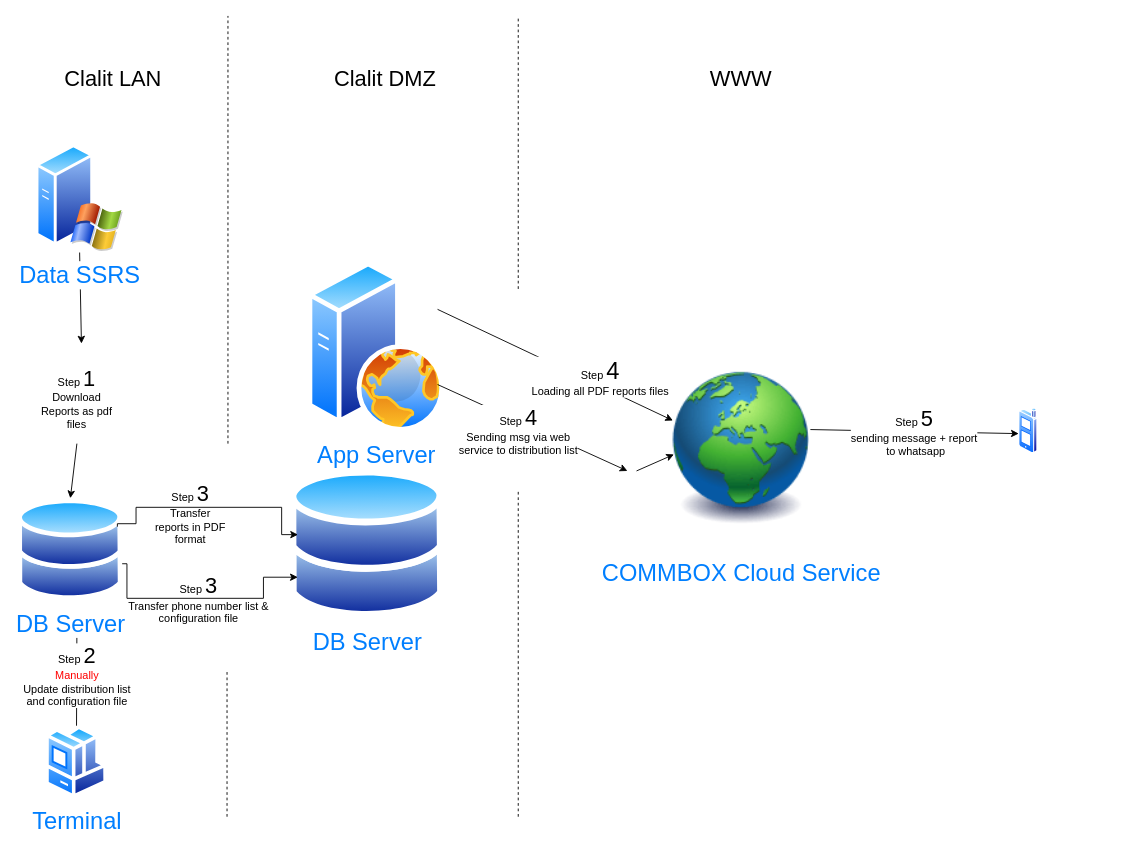
itaybaran/drawing keeps this draw.io diagram as send_report_via_whatsapp.drawio. Above is the earlier version. Source tidied: cells renumbered, new cells numbered last; positions are measured from the earlier drawing's top-left corner, leaving out a move shared by most shapes. Both pictures are drawn from the tidied source at 91%, with x=0, y=0 at pixel (17, 15).
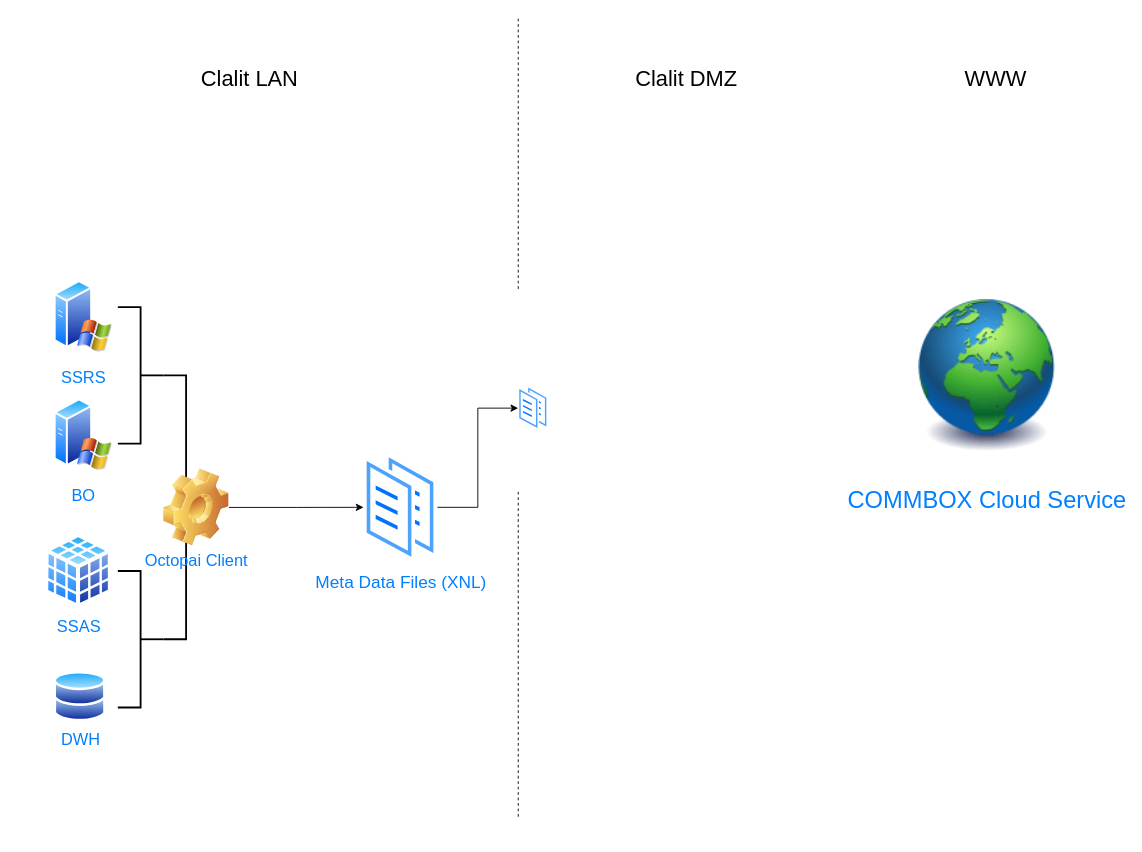
After the change.

The edit, as a diff of the source:
```diff
@@
-    <mxCell id="2" style="endArrow=none;dashed=1;html=1;" parent="1" edge="1">
-      <mxGeometry relative="1" as="geometry">
-        <mxPoint x="230" y="880" as="sourcePoint" />
-        <mxPoint x="230" y="720" as="targetPoint" />
-      </mxGeometry>
-    </mxCell>
-    <mxCell id="3" style="endArrow=classic;html=1;fontSize=26;exitX=0.5;exitY=1;exitDx=0;exitDy=0;" parent="1" edge="1" source="6">
-      <mxGeometry relative="1" as="geometry">
-        <mxPoint x="70" y="360" as="targetPoint" />
-      </mxGeometry>
-    </mxCell>
-    <mxCell id="4" style="endArrow=none;dashed=1;html=1;" parent="1" edge="1">
-      <mxGeometry relative="1" as="geometry">
-        <mxPoint x="231" y="470" as="sourcePoint" />
-        <mxPoint x="231" as="targetPoint" />
-      </mxGeometry>
-    </mxCell>
     <mxCell id="5" value="&lt;font style=&quot;font-size: 24px&quot;&gt;Clalit LAN&lt;/font&gt;" style="text;html=1;strokeColor=none;fillColor=none;align=center;verticalAlign=middle;whiteSpace=wrap;rounded=0;" parent="1" vertex="1">
-      <mxGeometry x="40" y="60" width="130" height="20" as="geometry" />
+      <mxGeometry x="190" y="60" width="130" height="20" as="geometry" />
     </mxCell>
-    <mxCell id="6" value="Data SSRS" style="perimeter=ellipsePerimeter;html=1;align=center;shadow=0;dashed=0;spacingTop=3;image;image=img/lib/active_directory/windows_server_2.svg;strokeWidth=2;fontSize=26;fontColor=#007FFF;" parent="1" vertex="1">
-      <mxGeometry x="20" y="140" width="96" height="120" as="geometry" />
+    <mxCell id="6" value="&lt;font style=&quot;font-size: 18px;&quot;&gt;SSRS&lt;/font&gt;" style="perimeter=ellipsePerimeter;html=1;align=center;shadow=0;dashed=0;spacingTop=3;image;image=img/lib/active_directory/windows_server_2.svg;strokeWidth=2;fontSize=26;fontColor=#007FFF;" parent="1" vertex="1">
+      <mxGeometry x="40" y="290" width="64" height="80" as="geometry" />
     </mxCell>
-    <mxCell id="7" value="Step &lt;font style=&quot;font-size: 24px&quot;&gt;1&lt;/font&gt;&lt;br&gt;Download Reports as pdf files" style="text;html=1;strokeColor=none;fillColor=none;align=center;verticalAlign=middle;whiteSpace=wrap;rounded=0;" parent="1" vertex="1">
-      <mxGeometry x="14.6" y="410" width="100" height="20" as="geometry" />
-    </mxCell>
-    <mxCell id="8" value="App Server" style="perimeter=ellipsePerimeter;html=1;align=center;shadow=0;dashed=0;spacingTop=3;image;image=img/lib/active_directory/web_server.svg;strokeWidth=1;fontSize=26;fontColor=#007FFF;" parent="1" vertex="1">
-      <mxGeometry x="319" y="270" width="150" height="187.5" as="geometry" />
-    </mxCell>
-    <mxCell id="9" style="endArrow=classic;html=1;fontSize=26;entryX=0.5;entryY=0;entryDx=0;entryDy=0;" parent="1" edge="1" target="26">
-      <mxGeometry relative="1" as="geometry">
-        <mxPoint x="65" y="470" as="sourcePoint" />
-      </mxGeometry>
-    </mxCell>
-    <mxCell id="10" style="endArrow=classic;html=1;fontSize=12;entryX=0;entryY=0.368;entryDx=0;entryDy=0;entryPerimeter=0;exitX=1;exitY=0.25;exitDx=0;exitDy=0;" parent="1" edge="1" source="8" target="14">
-      <mxGeometry relative="1" as="geometry" />
-    </mxCell>
-    <mxCell id="11" value="Step &lt;span style=&quot;font-size: 26px&quot;&gt;4&lt;/span&gt;&lt;br&gt;Loading all PDF reports files" style="edgeLabel;html=1;align=center;verticalAlign=middle;fontSize=12;" parent="10" vertex="1">
-      <mxGeometry x="-0.3" y="-2" relative="1" as="geometry">
-        <mxPoint x="88.6" y="29.3" as="offset" />
-      </mxGeometry>
-    </mxCell>
-    <mxCell id="12" style="endArrow=classic;html=1;fontSize=12;exitX=1;exitY=0.75;exitDx=0;exitDy=0;" parent="1" edge="1" source="8">
-      <mxGeometry relative="1" as="geometry">
-        <mxPoint x="670" y="500" as="targetPoint" />
-      </mxGeometry>
-    </mxCell>
-    <mxCell id="13" value="Step &lt;span style=&quot;font-size: 24px&quot;&gt;4&lt;/span&gt;&lt;br&gt;Sending msg via web &lt;br&gt;service to distribution list" style="edgeLabel;html=1;align=center;verticalAlign=middle;fontSize=12;" parent="12" vertex="1">
-      <mxGeometry x="0.17" y="-1" relative="1" as="geometry">
-        <mxPoint x="-32.9" y="-5.5" as="offset" />
-      </mxGeometry>
-    </mxCell>
     <mxCell id="14" value="&lt;font style=&quot;font-size: 26px&quot;&gt;COMMBOX Cloud Service&lt;/font&gt;" style="image;html=1;image=img/lib/clip_art/general/Earth_globe_128x128.png;strokeWidth=2;fontSize=12;fontColor=#007FFF;" parent="1" vertex="1">
-      <mxGeometry x="720" y="360" width="150" height="230" as="geometry" />
+      <mxGeometry x="990" y="280" width="150" height="230" as="geometry" />
     </mxCell>
-    <mxCell id="15" value="Step &lt;span style=&quot;font-size: 24px&quot;&gt;5&lt;/span&gt;&lt;font&gt;&lt;br&gt;sending message + report&lt;br&gt;&amp;nbsp;to whatsapp&lt;br&gt;&lt;/font&gt;" style="endArrow=classic;html=1;fontSize=12;exitX=1.007;exitY=0.411;exitDx=0;exitDy=0;exitPerimeter=0;entryX=0;entryY=0.56;entryDx=0;entryDy=0;entryPerimeter=0;" parent="1" edge="1" source="14" target="16">
-      <mxGeometry relative="1" as="geometry" />
-    </mxCell>
-    <mxCell id="16" style="perimeter=ellipsePerimeter;html=1;align=center;shadow=0;dashed=0;spacingTop=3;image;image=img/lib/active_directory/cell_phone.svg;strokeWidth=2;fontSize=12;" parent="1" vertex="1">
-      <mxGeometry x="1100" y="431" width="21" height="50" as="geometry" />
-    </mxCell>
-    <mxCell id="17" value="Step &lt;span style=&quot;font-size: 24px&quot;&gt;3&lt;/span&gt;&lt;br&gt;Transfer reports in PDF format" style="text;html=1;strokeColor=none;fillColor=none;align=center;verticalAlign=middle;whiteSpace=wrap;rounded=0;fontSize=12;" parent="1" vertex="1">
-      <mxGeometry x="150" y="537" width="80" height="20" as="geometry" />
-    </mxCell>
-    <mxCell id="18" value="&lt;font style=&quot;font-size: 26px&quot;&gt;Terminal&lt;/font&gt;" style="perimeter=ellipsePerimeter;html=1;align=center;shadow=0;dashed=0;spacingTop=3;image;image=img/lib/active_directory/workstation_client.svg;strokeWidth=1;fontSize=12;fontColor=#007FFF;" parent="1" vertex="1">
-      <mxGeometry x="30.6" y="780" width="68" height="80" as="geometry" />
-    </mxCell>
-    <mxCell id="19" value="Step &lt;font style=&quot;font-size: 24px&quot;&gt;2&lt;/font&gt;&lt;br&gt;&lt;font color=&quot;#ff0000&quot;&gt;Manually&lt;/font&gt;&lt;br&gt;Update distribution list &lt;br&gt;and configuration file" style="endArrow=classic;html=1;fontSize=12;exitX=0.5;exitY=0;exitDx=0;exitDy=0;" parent="1" edge="1" source="18">
-      <mxGeometry relative="1" as="geometry">
-        <mxPoint x="65" y="670" as="targetPoint" />
-      </mxGeometry>
-    </mxCell>
     <mxCell id="20" value="&lt;font style=&quot;font-size: 24px&quot;&gt;Clalit DMZ&lt;/font&gt;" style="text;html=1;strokeColor=none;fillColor=none;align=center;verticalAlign=middle;whiteSpace=wrap;rounded=0;" parent="1" vertex="1">
-      <mxGeometry x="339" y="60" width="130" height="20" as="geometry" />
+      <mxGeometry x="670" y="60" width="130" height="20" as="geometry" />
     </mxCell>
@@
-    <mxCell id="22" value="DB Server" style="perimeter=ellipsePerimeter;html=1;align=center;shadow=0;dashed=0;spacingTop=3;image;image=img/lib/active_directory/databases.svg;strokeWidth=2;fontSize=26;fontColor=#007FFF;" parent="1" vertex="1">
-      <mxGeometry x="299" y="496.7" width="170" height="166.6" as="geometry" />
-    </mxCell>
@@
-    <mxCell id="24" value="Step &lt;span style=&quot;font-size: 24px&quot;&gt;3&lt;/span&gt;&lt;br&gt;Transfer phone number list &amp;amp; configuration file" style="text;html=1;strokeColor=none;fillColor=none;align=center;verticalAlign=middle;whiteSpace=wrap;rounded=0;fontSize=12;" parent="1" vertex="1">
-      <mxGeometry x="119" y="631.3" width="160" height="20" as="geometry" />
-    </mxCell>
-    <mxCell id="25" style="edgeStyle=orthogonalEdgeStyle;rounded=0;jettySize=auto;html=1;exitX=1;exitY=0.75;exitDx=0;exitDy=0;entryX=0;entryY=0.75;entryDx=0;entryDy=0;" parent="1" edge="1" source="26" target="22">
-      <mxGeometry relative="1" as="geometry">
-        <Array as="points">
-          <mxPoint x="120" y="602" />
-          <mxPoint x="120" y="640" />
-          <mxPoint x="270" y="640" />
-          <mxPoint x="270" y="617" />
-        </Array>
-      </mxGeometry>
-    </mxCell>
-    <mxCell id="26" value="DB Server" style="perimeter=ellipsePerimeter;html=1;align=center;shadow=0;dashed=0;spacingTop=3;image;image=img/lib/active_directory/databases.svg;strokeWidth=2;fontSize=26;fontColor=#007FFF;" parent="1" vertex="1">
-      <mxGeometry y="530" width="115.6" height="113.3" as="geometry" />
-    </mxCell>
-    <mxCell id="27" style="edgeStyle=orthogonalEdgeStyle;rounded=0;jettySize=auto;html=1;exitX=1;exitY=0.25;exitDx=0;exitDy=0;" parent="1" edge="1" source="26">
-      <mxGeometry relative="1" as="geometry">
-        <mxPoint x="308" y="570" as="targetPoint" />
-        <Array as="points">
-          <mxPoint x="130" y="558" />
-          <mxPoint x="130" y="540" />
-          <mxPoint x="290" y="540" />
-          <mxPoint x="290" y="570" />
-        </Array>
-      </mxGeometry>
-    </mxCell>
-    <mxCell id="28" style="endArrow=classic;html=1;entryX=0.007;entryY=0.53;entryDx=0;entryDy=0;entryPerimeter=0;" parent="1" edge="1" target="14">
-      <mxGeometry relative="1" as="geometry">
-        <mxPoint x="680" y="500" as="sourcePoint" />
-      </mxGeometry>
-    </mxCell>
     <mxCell id="29" value="&lt;font style=&quot;font-size: 24px&quot;&gt;WWW&lt;/font&gt;" style="text;html=1;strokeColor=none;fillColor=none;align=center;verticalAlign=middle;whiteSpace=wrap;rounded=0;" parent="1" vertex="1">
-      <mxGeometry x="730" y="60" width="130" height="20" as="geometry" />
+      <mxGeometry x="1010" y="60" width="130" height="20" as="geometry" />
     </mxCell>
+    <mxCell id="30" style="perimeter=ellipsePerimeter;html=1;align=center;shadow=0;dashed=0;spacingTop=3;image;image=img/lib/active_directory/documents.svg;" parent="1" vertex="1">
+      <mxGeometry x="550" y="406" width="33" height="50" as="geometry" />
+    </mxCell>
+    <mxCell id="31" style="edgeStyle=orthogonalEdgeStyle;rounded=0;jettySize=auto;html=1;entryX=0;entryY=0.5;entryDx=0;entryDy=0;fontSize=18;" parent="1" edge="1" source="32" target="30">
+      <mxGeometry relative="1" as="geometry" />
+    </mxCell>
+    <mxCell id="32" value="&lt;font color=&quot;#007fff&quot; style=&quot;font-size: 19px;&quot;&gt;Meta Data Files (XNL)&lt;/font&gt;" style="perimeter=ellipsePerimeter;html=1;align=center;shadow=0;dashed=0;spacingTop=3;image;image=img/lib/active_directory/documents.svg;" parent="1" vertex="1">
+      <mxGeometry x="380" y="478.5" width="81.2" height="123" as="geometry" />
+    </mxCell>
+    <mxCell id="33" value="&lt;font style=&quot;font-size: 18px;&quot;&gt;BO&lt;/font&gt;" style="perimeter=ellipsePerimeter;html=1;align=center;shadow=0;dashed=0;spacingTop=3;image;image=img/lib/active_directory/windows_server_2.svg;strokeWidth=2;fontSize=26;fontColor=#007FFF;" parent="1" vertex="1">
+      <mxGeometry x="40" y="420" width="64" height="80" as="geometry" />
+    </mxCell>
+    <mxCell id="34" value="&lt;font color=&quot;#007fff&quot;&gt;SSAS&lt;/font&gt;" style="perimeter=ellipsePerimeter;html=1;align=center;shadow=0;dashed=0;spacingTop=3;image;image=img/lib/active_directory/database_cube.svg;fontSize=18;" parent="1" vertex="1">
+      <mxGeometry x="29.5" y="568.5" width="74.5" height="82.8" as="geometry" />
+    </mxCell>
+    <mxCell id="35" value="DWH" style="perimeter=ellipsePerimeter;html=1;align=center;shadow=0;dashed=0;spacingTop=3;image;image=img/lib/active_directory/databases.svg;fontSize=18;fontColor=#007FFF;" parent="1" vertex="1">
+      <mxGeometry x="40" y="720" width="57" height="55.9" as="geometry" />
+    </mxCell>
+    <mxCell id="36" style="strokeWidth=2;html=1;shape=mxgraph.flowchart.annotation_2;align=left;labelPosition=right;fontSize=18;fontColor=#007FFF;rotation=-180;" parent="1" vertex="1">
+      <mxGeometry x="110" y="320" width="50" height="150" as="geometry" />
+    </mxCell>
+    <mxCell id="37" style="strokeWidth=2;html=1;shape=mxgraph.flowchart.annotation_2;align=left;labelPosition=right;fontSize=18;fontColor=#007FFF;rotation=-180;" parent="1" vertex="1">
+      <mxGeometry x="110" y="610" width="50" height="150" as="geometry" />
+    </mxCell>
+    <mxCell id="38" style="strokeWidth=2;html=1;shape=mxgraph.flowchart.annotation_2;align=left;labelPosition=right;fontSize=18;fontColor=#007FFF;rotation=-180;" parent="1" vertex="1">
+      <mxGeometry x="160" y="395" width="50" height="290" as="geometry" />
+    </mxCell>
+    <mxCell id="39" style="edgeStyle=orthogonalEdgeStyle;rounded=0;jettySize=auto;html=1;fontSize=18;fontColor=#007FFF;entryX=0;entryY=0.5;entryDx=0;entryDy=0;" parent="1" edge="1" source="40" target="32">
+      <mxGeometry relative="1" as="geometry" />
+    </mxCell>
+    <mxCell id="40" value="Octopai Client" style="shape=image;html=1;verticalLabelPosition=bottom;verticalAlign=top;imageAspect=1;image=img/clipart/Gear_128x128.png;fontSize=18;fontColor=#007FFF;" parent="1" vertex="1">
+      <mxGeometry x="160" y="497.8" width="72" height="84.5" as="geometry" />
+    </mxCell>
```
